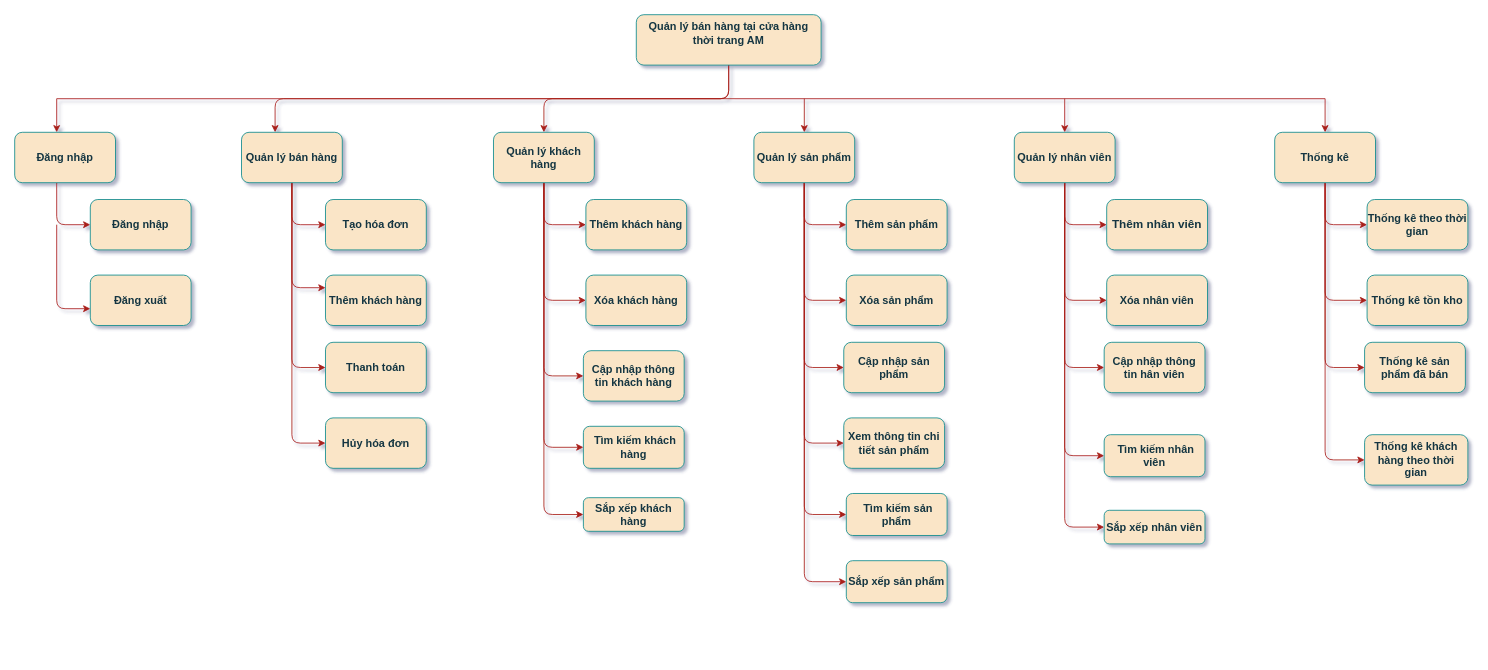
Earlier version of the draw.io diagram Untitled Diagram.drawio (vanchihieu/BTWeb_IUH). Source tidied: cells renumbered, new cells numbered last; positions are measured from the earlier drawing's top-left corner, leaving out a move shared by most shapes. Both pictures are drawn from the tidied source at 84%, with x=0, y=0 at pixel (14, 14).
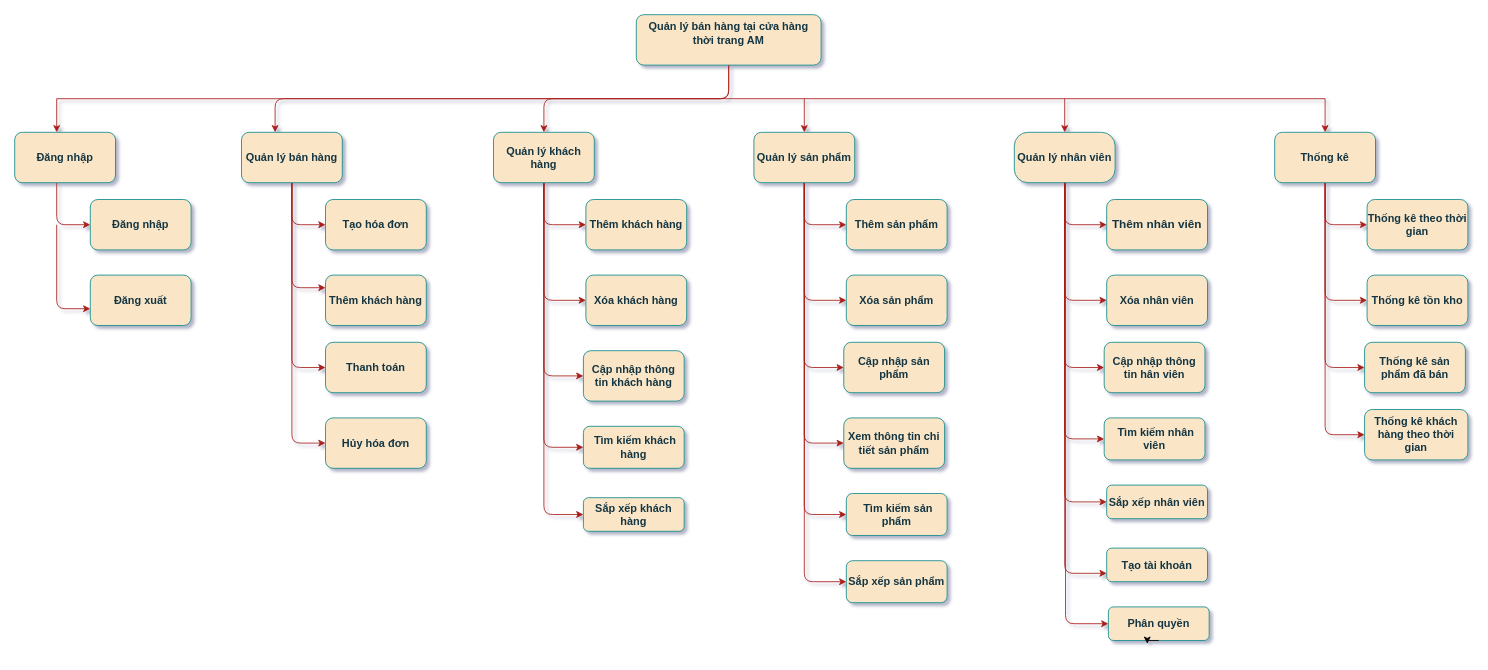
Above is the later version.

Unchanged cells that the change refers to:
```xml
<mxCell id="54" value="Thêm nhân viên" style="whiteSpace=wrap;html=1;fillColor=#FAE5C7;strokeColor=#0F8B8D;rounded=1;labelBackgroundColor=none;labelBorderColor=none;fontSize=14;fontColor=#143642;fontStyle=1;" parent="1" vertex="1">
  <mxGeometry x="1300" y="220" width="120" height="60" as="geometry" />
</mxCell>
```

Change to the diagram source:
```diff
@@
     <mxCell id="48" style="edgeStyle=orthogonalEdgeStyle;rounded=1;jettySize=auto;html=1;entryX=0;entryY=0.5;entryDx=0;entryDy=0;fontSize=13;labelBackgroundColor=none;strokeColor=#A8201A;fontColor=default;fontStyle=1;" parent="1" edge="1" source="53" target="54">
-      <mxGeometry relative="1" as="geometry" />
+      <mxGeometry relative="1" as="geometry">
+        <Array as="points">
+          <mxPoint x="1250" y="250" />
+        </Array>
+      </mxGeometry>
     </mxCell>
@@
-    <mxCell id="53" value="Quản lý nhân viên&lt;br style=&quot;font-size: 13px;&quot;&gt;" style="rounded=1;whiteSpace=wrap;html=1;fillColor=#FAE5C7;strokeColor=#0F8B8D;labelBackgroundColor=none;labelBorderColor=none;fontSize=13;fontColor=#143642;fontStyle=1;" parent="1" vertex="1">
+    <mxCell id="53" value="Quản lý nhân viên&lt;br style=&quot;font-size: 13px;&quot;&gt;" style="rounded=1;whiteSpace=wrap;html=1;fillColor=#FAE5C7;strokeColor=#0F8B8D;labelBackgroundColor=none;labelBorderColor=none;fontSize=13;fontColor=#143642;fontStyle=1;arcSize=27;" parent="1" vertex="1">
       <mxGeometry x="1190" y="140" width="120" height="60" as="geometry" />
     </mxCell>
@@
     <mxCell id="57" value="&amp;nbsp;Tìm kiếm nhân viên" style="whiteSpace=wrap;html=1;fillColor=#FAE5C7;strokeColor=#0F8B8D;rounded=1;labelBackgroundColor=none;labelBorderColor=none;fontSize=13;fontColor=#143642;fontStyle=1;" parent="1" vertex="1">
-      <mxGeometry x="1297" y="500" width="120" height="50" as="geometry" />
+      <mxGeometry x="1297" y="480" width="120" height="50" as="geometry" />
     </mxCell>
     <mxCell id="58" value="Sắp xếp nhân viên" style="whiteSpace=wrap;html=1;fillColor=#FAE5C7;strokeColor=#0F8B8D;rounded=1;labelBackgroundColor=none;labelBorderColor=none;fontSize=13;fontColor=#143642;fontStyle=1;" parent="1" vertex="1">
-      <mxGeometry x="1297" y="590" width="120" height="40" as="geometry" />
+      <mxGeometry x="1300" y="560" width="120" height="40" as="geometry" />
     </mxCell>
@@
     <mxCell id="68" value="Thống kê khách hàng theo thời gian&lt;br style=&quot;font-size: 13px;&quot;&gt;" style="whiteSpace=wrap;html=1;fillColor=#FAE5C7;strokeColor=#0F8B8D;rounded=1;labelBackgroundColor=none;labelBorderColor=none;fontSize=13;fontColor=#143642;fontStyle=1;" parent="1" vertex="1">
-      <mxGeometry x="1607" y="500" width="123" height="60" as="geometry" />
+      <mxGeometry x="1607" y="470" width="123" height="60" as="geometry" />
     </mxCell>
@@
+    <mxCell id="70" value="Tạo tài khoản" style="whiteSpace=wrap;html=1;fillColor=#FAE5C7;strokeColor=#0F8B8D;rounded=1;labelBackgroundColor=none;labelBorderColor=none;fontSize=13;fontColor=#143642;fontStyle=1;" parent="1" vertex="1">
+      <mxGeometry x="1300" y="635" width="120" height="40" as="geometry" />
+    </mxCell>
+    <mxCell id="71" style="edgeStyle=orthogonalEdgeStyle;rounded=1;jettySize=auto;html=1;entryX=0;entryY=0.75;entryDx=0;entryDy=0;fontSize=13;labelBackgroundColor=none;strokeColor=#A8201A;fontColor=default;fontStyle=1;exitX=0.5;exitY=1;exitDx=0;exitDy=0;" parent="1" edge="1" source="53" target="70">
+      <mxGeometry relative="1" as="geometry">
+        <Array as="points">
+          <mxPoint x="1250" y="665" />
+        </Array>
+      </mxGeometry>
+    </mxCell>
+    <mxCell id="72" value="Phân quyền" style="whiteSpace=wrap;html=1;fillColor=#FAE5C7;strokeColor=#0F8B8D;rounded=1;labelBackgroundColor=none;labelBorderColor=none;fontSize=13;fontColor=#143642;fontStyle=1;" parent="1" vertex="1">
+      <mxGeometry x="1302" y="705" width="120" height="40" as="geometry" />
+    </mxCell>
+    <mxCell id="73" style="edgeStyle=orthogonalEdgeStyle;rounded=1;jettySize=auto;html=1;entryX=0;entryY=0.5;entryDx=0;entryDy=0;fontSize=13;labelBackgroundColor=none;strokeColor=#A8201A;fontColor=default;fontStyle=1;" parent="1" edge="1" source="53" target="72">
+      <mxGeometry relative="1" as="geometry">
+        <Array as="points">
+          <mxPoint x="1251" y="725" />
+        </Array>
+      </mxGeometry>
+    </mxCell>
+    <mxCell id="74" style="edgeStyle=orthogonalEdgeStyle;rounded=0;orthogonalLoop=1;jettySize=auto;html=1;exitX=0.5;exitY=1;exitDx=0;exitDy=0;entryX=0.386;entryY=1.098;entryDx=0;entryDy=0;entryPerimeter=0;" parent="1" edge="1" source="72" target="72">
+      <mxGeometry relative="1" as="geometry" />
+    </mxCell>
```
